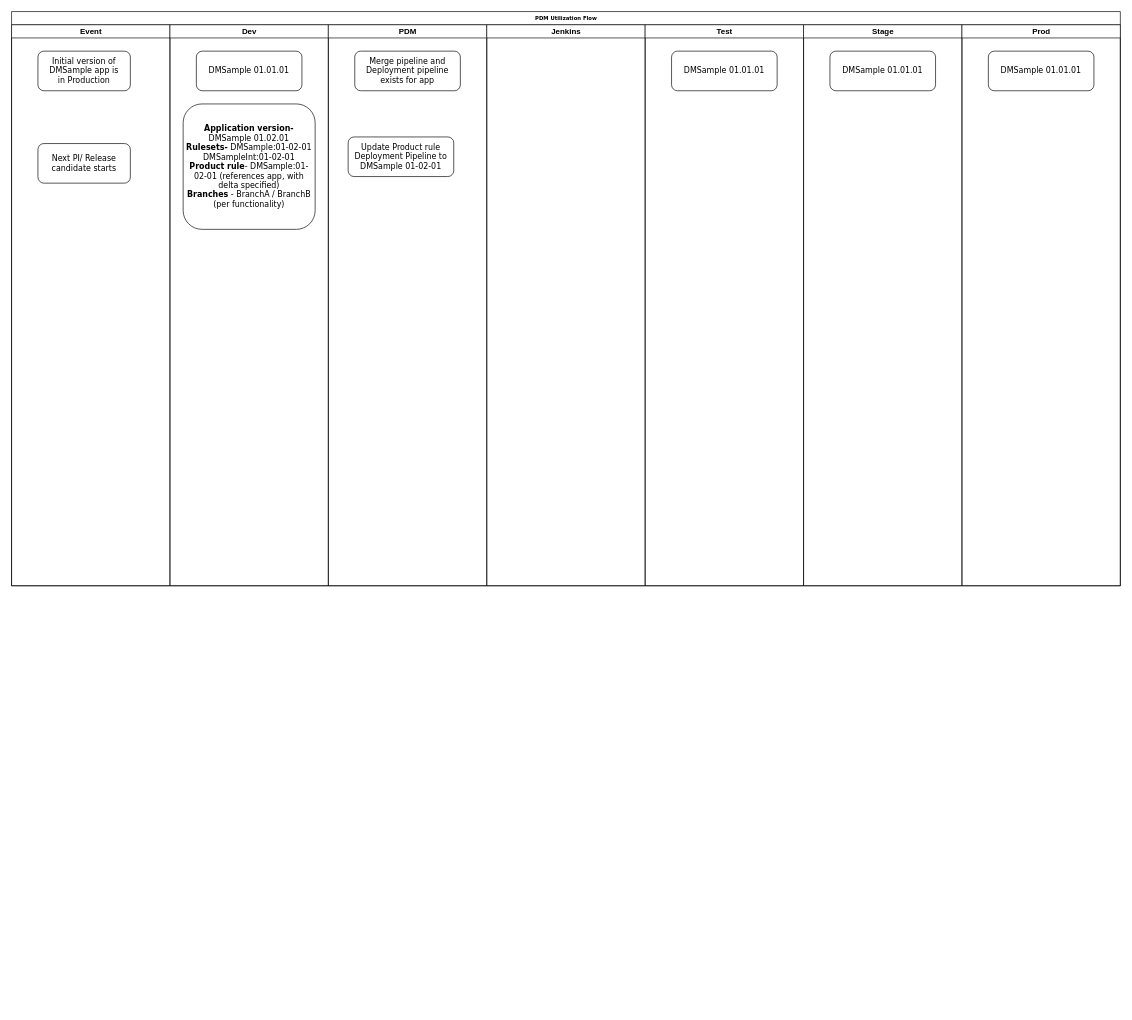
This is Untitled Diagram.drawio from AmanMunnaBali/play_my_playlist, a draw.io file, before an edit. Source tidied: cells renumbered, new cells numbered last; positions are measured from the earlier drawing's top-left corner, leaving out a move shared by most shapes. Both pictures are drawn from the tidied source at 66%, with x=0, y=0 at pixel (11, 11).
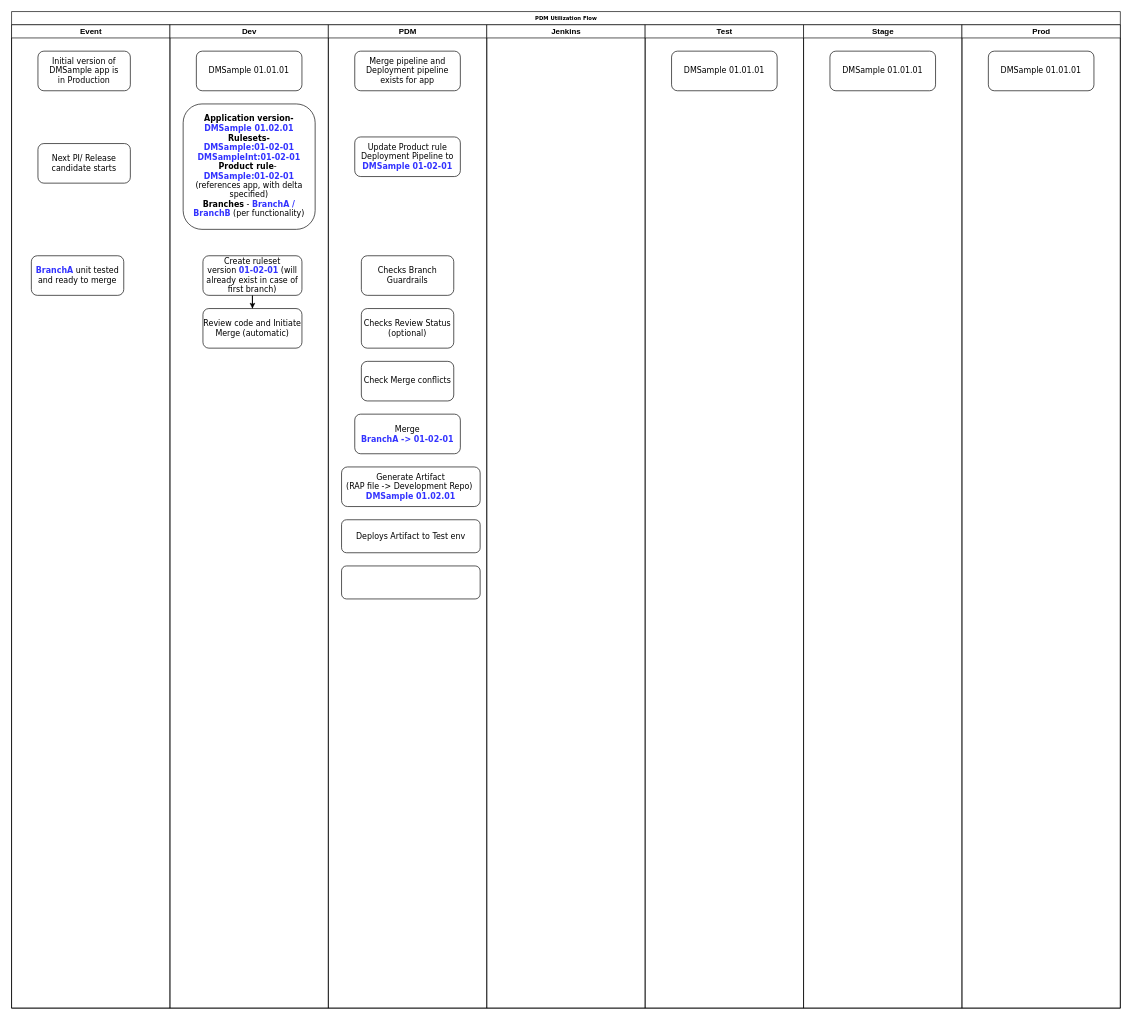
The same diagram, later.

The edit, as a diff of the source:
```diff
@@
     <mxCell id="2" value="PDM Utilization Flow" style="swimlane;html=1;startSize=20;rounded=0;shadow=0;labelBackgroundColor=none;strokeWidth=1;fontFamily=Verdana;fontSize=8;align=center;" parent="1" vertex="1">
-      <mxGeometry width="1680" height="870" as="geometry" />
+      <mxGeometry width="1680" height="1510" as="geometry" />
     </mxCell>
     <mxCell id="3" value="Event" style="swimlane;html=1;startSize=20;" parent="2" vertex="1">
-      <mxGeometry y="20" width="240" height="850" as="geometry" />
+      <mxGeometry y="20" width="240" height="1490" as="geometry" />
     </mxCell>
@@
+    <mxCell id="19" value="&lt;b style=&quot;color: rgb(51 , 51 , 255) ; font-size: 12px&quot;&gt;BranchA&lt;/b&gt;&lt;span style=&quot;font-size: 12px&quot;&gt;&amp;nbsp;unit tested and ready to merge&lt;/span&gt;" style="rounded=1;whiteSpace=wrap;html=1;shadow=0;labelBackgroundColor=none;strokeWidth=1;fontFamily=Verdana;fontSize=8;align=center;" parent="3" vertex="1">
+      <mxGeometry x="30" y="350" width="140" height="60" as="geometry" />
+    </mxCell>
     <mxCell id="6" value="Dev" style="swimlane;html=1;startSize=20;" parent="2" vertex="1">
-      <mxGeometry x="240" y="20" width="240" height="850" as="geometry" />
+      <mxGeometry x="240" y="20" width="240" height="1490" as="geometry" />
     </mxCell>
@@
-    <mxCell id="8" value="&lt;span style=&quot;font-size: 12px&quot;&gt;&lt;b&gt;Application version-&lt;/b&gt;&lt;br&gt;DMSample 01.02.01&lt;br&gt;&lt;b&gt;Rulesets-&lt;/b&gt; DMSample:01-02-01&lt;br&gt;DMSampleInt:01-02-01&lt;br&gt;&lt;b&gt;Product rule&lt;/b&gt;-&amp;nbsp;&lt;/span&gt;&lt;span style=&quot;font-size: 12px&quot;&gt;DMSample:01-02-01 (references app, with delta specified)&lt;br&gt;&lt;/span&gt;&lt;span style=&quot;font-size: 12px&quot;&gt;&lt;b&gt;Branches&lt;/b&gt; - BranchA / BranchB (per functionality)&lt;br&gt;&lt;/span&gt;" style="rounded=1;whiteSpace=wrap;html=1;shadow=0;labelBackgroundColor=none;strokeWidth=1;fontFamily=Verdana;fontSize=8;align=center;" parent="6" vertex="1">
+    <mxCell id="8" value="&lt;span style=&quot;font-size: 12px&quot;&gt;&lt;b&gt;Application version-&lt;/b&gt;&lt;br&gt;&lt;font color=&quot;#3333ff&quot;&gt;&lt;b&gt;DMSample 01.02.01&lt;/b&gt;&lt;/font&gt;&lt;br&gt;&lt;b&gt;Rulesets-&lt;/b&gt; &lt;br&gt;&lt;font color=&quot;#3333ff&quot;&gt;&lt;b&gt;DMSample:01-02-01&lt;br&gt;DMSampleInt:01-02-01&lt;/b&gt;&lt;/font&gt;&lt;br&gt;&lt;b&gt;Product rule&lt;/b&gt;-&amp;nbsp;&lt;br&gt;&lt;/span&gt;&lt;span style=&quot;font-size: 12px&quot;&gt;&lt;font color=&quot;#3333ff&quot;&gt;&lt;b&gt;DMSample:01-02-01 &lt;/b&gt;&lt;/font&gt;(references app, with delta specified)&lt;br&gt;&lt;/span&gt;&lt;span style=&quot;font-size: 12px&quot;&gt;&lt;b&gt;Branches&lt;/b&gt; - &lt;font color=&quot;#3333ff&quot;&gt;&lt;b&gt;BranchA / BranchB&lt;/b&gt;&lt;/font&gt; (per functionality)&lt;br&gt;&lt;/span&gt;" style="rounded=1;whiteSpace=wrap;html=1;shadow=0;labelBackgroundColor=none;strokeWidth=1;fontFamily=Verdana;fontSize=8;align=center;" parent="6" vertex="1">
       <mxGeometry x="20" y="120" width="200" height="190" as="geometry" />
     </mxCell>
+    <mxCell id="20" style="edgeStyle=orthogonalEdgeStyle;rounded=0;jettySize=auto;html=1;exitX=0.5;exitY=1;exitDx=0;exitDy=0;" parent="6" edge="1" source="21" target="22">
+      <mxGeometry relative="1" as="geometry" />
+    </mxCell>
+    <mxCell id="21" value="&lt;span style=&quot;font-size: 12px&quot;&gt;Create ruleset version&amp;nbsp;&lt;/span&gt;&lt;b style=&quot;color: rgb(51 , 51 , 255) ; font-size: 12px&quot;&gt;01-02-01&lt;/b&gt;&lt;span style=&quot;font-size: 12px&quot;&gt;&amp;nbsp;(will already exist in case of first branch)&lt;br&gt;&lt;/span&gt;" style="rounded=1;whiteSpace=wrap;html=1;shadow=0;labelBackgroundColor=none;strokeWidth=1;fontFamily=Verdana;fontSize=8;align=center;" parent="6" vertex="1">
+      <mxGeometry x="50" y="350" width="150" height="60" as="geometry" />
+    </mxCell>
+    <mxCell id="22" value="&lt;span style=&quot;font-size: 12px&quot;&gt;Review code and Initiate Merge (automatic)&lt;br&gt;&lt;/span&gt;" style="rounded=1;whiteSpace=wrap;html=1;shadow=0;labelBackgroundColor=none;strokeWidth=1;fontFamily=Verdana;fontSize=8;align=center;" parent="6" vertex="1">
+      <mxGeometry x="50" y="430" width="150" height="60" as="geometry" />
+    </mxCell>
     <mxCell id="9" value="PDM" style="swimlane;html=1;startSize=20;" parent="2" vertex="1">
-      <mxGeometry x="480" y="20" width="240" height="850" as="geometry" />
+      <mxGeometry x="480" y="20" width="240" height="1490" as="geometry" />
     </mxCell>
-    <mxCell id="10" value="&lt;span style=&quot;font-size: 12px&quot;&gt;Update Product rule Deployment Pipeline to DMSample 01-02-01&lt;br&gt;&lt;/span&gt;" style="rounded=1;whiteSpace=wrap;html=1;shadow=0;labelBackgroundColor=none;strokeWidth=1;fontFamily=Verdana;fontSize=8;align=center;" parent="9" vertex="1">
-      <mxGeometry x="30" y="170" width="160" height="60" as="geometry" />
+    <mxCell id="10" value="&lt;span style=&quot;font-size: 12px&quot;&gt;Update Product rule Deployment Pipeline to &lt;font color=&quot;#3333ff&quot;&gt;&lt;b&gt;DMSample 01-02-01&lt;/b&gt;&lt;/font&gt;&lt;br&gt;&lt;/span&gt;" style="rounded=1;whiteSpace=wrap;html=1;shadow=0;labelBackgroundColor=none;strokeWidth=1;fontFamily=Verdana;fontSize=8;align=center;" parent="9" vertex="1">
+      <mxGeometry x="40" y="170" width="160" height="60" as="geometry" />
     </mxCell>
@@
+    <mxCell id="23" value="&lt;span style=&quot;font-size: 12px&quot;&gt;Checks Branch Guardrails&lt;/span&gt;" style="rounded=1;whiteSpace=wrap;html=1;shadow=0;labelBackgroundColor=none;strokeWidth=1;fontFamily=Verdana;fontSize=8;align=center;" parent="9" vertex="1">
+      <mxGeometry x="50" y="350" width="140" height="60" as="geometry" />
+    </mxCell>
+    <mxCell id="24" value="&lt;span style=&quot;font-size: 12px&quot;&gt;Checks Review Status (optional)&lt;/span&gt;" style="rounded=1;whiteSpace=wrap;html=1;shadow=0;labelBackgroundColor=none;strokeWidth=1;fontFamily=Verdana;fontSize=8;align=center;" parent="9" vertex="1">
+      <mxGeometry x="50" y="430" width="140" height="60" as="geometry" />
+    </mxCell>
+    <mxCell id="25" value="&lt;span style=&quot;font-size: 12px&quot;&gt;Merge&lt;br&gt;&lt;/span&gt;&lt;b style=&quot;color: rgb(51 , 51 , 255) ; font-size: 12px&quot;&gt;BranchA -&amp;gt;&amp;nbsp;&lt;/b&gt;&lt;b style=&quot;color: rgb(51 , 51 , 255) ; font-size: 12px&quot;&gt;01-02-01&lt;/b&gt;&lt;span style=&quot;font-size: 12px&quot;&gt;&lt;br&gt;&lt;/span&gt;" style="rounded=1;whiteSpace=wrap;html=1;shadow=0;labelBackgroundColor=none;strokeWidth=1;fontFamily=Verdana;fontSize=8;align=center;" parent="9" vertex="1">
+      <mxGeometry x="40" y="590" width="160" height="60" as="geometry" />
+    </mxCell>
+    <mxCell id="26" value="&lt;span style=&quot;font-size: 12px&quot;&gt;Check Merge conflicts&lt;/span&gt;" style="rounded=1;whiteSpace=wrap;html=1;shadow=0;labelBackgroundColor=none;strokeWidth=1;fontFamily=Verdana;fontSize=8;align=center;" parent="9" vertex="1">
+      <mxGeometry x="50" y="510" width="140" height="60" as="geometry" />
+    </mxCell>
+    <mxCell id="27" value="&lt;span style=&quot;font-size: 12px&quot;&gt;Generate Artifact &lt;br&gt;(RAP file -&amp;gt; Development Repo)&amp;nbsp;&lt;br&gt;&lt;/span&gt;&lt;b style=&quot;color: rgb(51 , 51 , 255) ; font-size: 12px&quot;&gt;DMSample 01.02.01&lt;/b&gt;&lt;span style=&quot;font-size: 12px&quot;&gt;&lt;br&gt;&lt;/span&gt;" style="rounded=1;whiteSpace=wrap;html=1;shadow=0;labelBackgroundColor=none;strokeWidth=1;fontFamily=Verdana;fontSize=8;align=center;" parent="9" vertex="1">
+      <mxGeometry x="20" y="670" width="210" height="60" as="geometry" />
+    </mxCell>
+    <mxCell id="28" value="&lt;span style=&quot;font-size: 12px&quot;&gt;Deploys Artifact to Test env&lt;br&gt;&lt;/span&gt;" style="rounded=1;whiteSpace=wrap;html=1;shadow=0;labelBackgroundColor=none;strokeWidth=1;fontFamily=Verdana;fontSize=8;align=center;" parent="9" vertex="1">
+      <mxGeometry x="20" y="750" width="210" height="50" as="geometry" />
+    </mxCell>
+    <mxCell id="29" value="&lt;span style=&quot;font-size: 12px&quot;&gt;&lt;br&gt;&lt;/span&gt;" style="rounded=1;whiteSpace=wrap;html=1;shadow=0;labelBackgroundColor=none;strokeWidth=1;fontFamily=Verdana;fontSize=8;align=center;" parent="9" vertex="1">
+      <mxGeometry x="20" y="820" width="210" height="50" as="geometry" />
+    </mxCell>
     <mxCell id="12" value="Jenkins" style="swimlane;html=1;startSize=20;" parent="2" vertex="1">
-      <mxGeometry x="720" y="20" width="240" height="850" as="geometry" />
+      <mxGeometry x="720" y="20" width="240" height="1490" as="geometry" />
     </mxCell>
     <mxCell id="13" value="Test" style="swimlane;html=1;startSize=20;" parent="2" vertex="1">
-      <mxGeometry x="960" y="20" width="240" height="850" as="geometry" />
+      <mxGeometry x="960" y="20" width="240" height="1490" as="geometry" />
     </mxCell>
@@
     <mxCell id="15" value="Stage" style="swimlane;html=1;startSize=20;" parent="2" vertex="1">
-      <mxGeometry x="1200" y="20" width="240" height="850" as="geometry" />
+      <mxGeometry x="1200" y="20" width="240" height="1490" as="geometry" />
     </mxCell>
@@
     <mxCell id="17" value="Prod" style="swimlane;html=1;startSize=20;" parent="2" vertex="1">
-      <mxGeometry x="1440" y="20" width="240" height="850" as="geometry" />
+      <mxGeometry x="1440" y="20" width="240" height="1490" as="geometry" />
     </mxCell>
```
